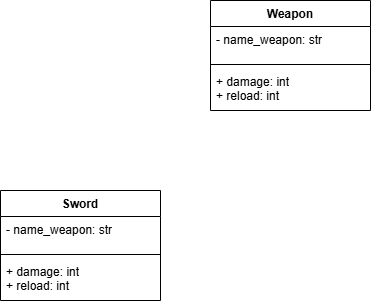
lukebaldovino/Lab_act3 keeps this draw.io diagram as Lab_act3.drawio.png. Above is the earlier version. Source tidied: cells renumbered, new cells last; positions are measured from the earlier drawing's top-left corner, leaving out a move shared by most shapes.
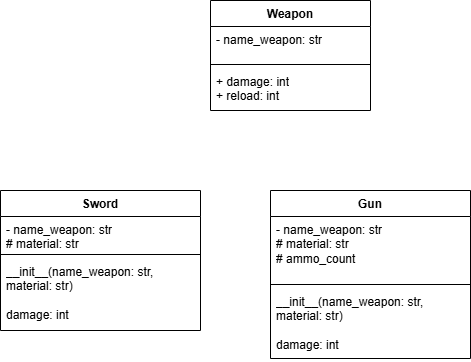
After the commit.

The edit, as a diff of the source:
```diff
@@ -15,16 +15,28 @@
       <mxGeometry y="68" width="160" height="42" as="geometry" />
     </mxCell>
     <mxCell id="6" value="Sword" style="swimlane;fontStyle=1;align=center;verticalAlign=top;horizontal=1;startSize=26;whiteSpace=wrap;html=1;" parent="1" vertex="1">
-      <mxGeometry y="190" width="160" height="110" as="geometry" />
+      <mxGeometry y="190" width="200" height="140" as="geometry" />
     </mxCell>
-    <mxCell id="7" value="- name_weapon: str&lt;div&gt;&lt;br&gt;&lt;/div&gt;&lt;div&gt;&lt;br&gt;&lt;/div&gt;&lt;div&gt;&lt;br&gt;&lt;/div&gt;&lt;div&gt;&lt;br&gt;&lt;/div&gt;&lt;div&gt;&lt;br&gt;&lt;/div&gt;&lt;div&gt;&lt;br&gt;&lt;/div&gt;&lt;div&gt;&lt;br&gt;&lt;/div&gt;&lt;div&gt;&lt;br&gt;&lt;/div&gt;&lt;div&gt;&lt;br&gt;&lt;/div&gt;&lt;div&gt;&lt;br&gt;&lt;/div&gt;&lt;div&gt;&lt;br&gt;&lt;/div&gt;&lt;div&gt;&lt;br&gt;&lt;/div&gt;&lt;div&gt;&lt;br&gt;&lt;/div&gt;&lt;div&gt;&lt;br&gt;&lt;/div&gt;&lt;div&gt;&lt;br&gt;&lt;/div&gt;&lt;div&gt;&lt;br&gt;&lt;/div&gt;&lt;div&gt;&lt;br&gt;&lt;/div&gt;&lt;div&gt;&lt;br&gt;&lt;/div&gt;&lt;div&gt;&lt;br&gt;&lt;/div&gt;&lt;div&gt;&lt;br&gt;&lt;/div&gt;&lt;div&gt;&lt;br&gt;&lt;/div&gt;&lt;div&gt;&lt;br&gt;&lt;/div&gt;&lt;div&gt;&lt;br&gt;&lt;/div&gt;&lt;div&gt;&lt;br&gt;&lt;/div&gt;&lt;div&gt;&lt;br&gt;&lt;/div&gt;&lt;div&gt;&lt;br&gt;&lt;/div&gt;&lt;div&gt;&lt;br&gt;&lt;/div&gt;&lt;div&gt;&lt;br&gt;&lt;/div&gt;&lt;div&gt;&lt;br&gt;&lt;/div&gt;&lt;div&gt;&lt;br&gt;&lt;/div&gt;&lt;div&gt;&lt;br&gt;&lt;/div&gt;&lt;div&gt;&lt;br&gt;&lt;/div&gt;&lt;div&gt;&lt;br&gt;&lt;/div&gt;&lt;div&gt;&lt;br&gt;&lt;/div&gt;&lt;div&gt;&lt;br&gt;&lt;/div&gt;&lt;div&gt;&lt;br&gt;&lt;/div&gt;&lt;div&gt;&lt;br&gt;&lt;/div&gt;&lt;div&gt;&lt;br&gt;&lt;/div&gt;&lt;div&gt;&lt;br&gt;&lt;/div&gt;&lt;div&gt;&lt;br&gt;&lt;/div&gt;&lt;div&gt;&lt;br&gt;&lt;/div&gt;&lt;div&gt;&lt;br&gt;&lt;/div&gt;&lt;div&gt;&lt;br&gt;&lt;/div&gt;&lt;div&gt;&lt;br&gt;&lt;/div&gt;&lt;div&gt;&lt;br&gt;&lt;/div&gt;&lt;div&gt;&lt;br&gt;&lt;/div&gt;&lt;div&gt;&lt;br&gt;&lt;/div&gt;&lt;div&gt;&lt;br&gt;&lt;/div&gt;&lt;div&gt;&lt;br&gt;&lt;/div&gt;&lt;div&gt;&lt;br&gt;&lt;/div&gt;&lt;div&gt;&lt;br&gt;&lt;/div&gt;&lt;div&gt;&lt;br&gt;&lt;/div&gt;&lt;div&gt;&lt;br&gt;&lt;/div&gt;&lt;div&gt;&lt;br&gt;&lt;/div&gt;" style="text;strokeColor=none;fillColor=none;align=left;verticalAlign=top;spacingLeft=4;spacingRight=4;overflow=hidden;whiteSpace=wrap;html=1;" parent="6" vertex="1">
-      <mxGeometry y="26" width="160" height="34" as="geometry" />
+    <mxCell id="7" value="- name_weapon: str&lt;div&gt;# material: str&lt;/div&gt;&lt;div&gt;&lt;br&gt;&lt;/div&gt;&lt;div&gt;&lt;br&gt;&lt;/div&gt;&lt;div&gt;&lt;br&gt;&lt;/div&gt;&lt;div&gt;&lt;br&gt;&lt;/div&gt;&lt;div&gt;&lt;br&gt;&lt;/div&gt;&lt;div&gt;&lt;br&gt;&lt;/div&gt;&lt;div&gt;&lt;br&gt;&lt;/div&gt;&lt;div&gt;&lt;br&gt;&lt;/div&gt;&lt;div&gt;&lt;br&gt;&lt;/div&gt;&lt;div&gt;&lt;br&gt;&lt;/div&gt;&lt;div&gt;&lt;br&gt;&lt;/div&gt;&lt;div&gt;&lt;br&gt;&lt;/div&gt;&lt;div&gt;&lt;br&gt;&lt;/div&gt;&lt;div&gt;&lt;br&gt;&lt;/div&gt;&lt;div&gt;&lt;br&gt;&lt;/div&gt;&lt;div&gt;&lt;br&gt;&lt;/div&gt;&lt;div&gt;&lt;br&gt;&lt;/div&gt;&lt;div&gt;&lt;br&gt;&lt;/div&gt;&lt;div&gt;&lt;br&gt;&lt;/div&gt;&lt;div&gt;&lt;br&gt;&lt;/div&gt;&lt;div&gt;&lt;br&gt;&lt;/div&gt;&lt;div&gt;&lt;br&gt;&lt;/div&gt;&lt;div&gt;&lt;br&gt;&lt;/div&gt;&lt;div&gt;&lt;br&gt;&lt;/div&gt;&lt;div&gt;&lt;br&gt;&lt;/div&gt;&lt;div&gt;&lt;br&gt;&lt;/div&gt;&lt;div&gt;&lt;br&gt;&lt;/div&gt;&lt;div&gt;&lt;br&gt;&lt;/div&gt;&lt;div&gt;&lt;br&gt;&lt;/div&gt;&lt;div&gt;&lt;br&gt;&lt;/div&gt;&lt;div&gt;&lt;br&gt;&lt;/div&gt;&lt;div&gt;&lt;br&gt;&lt;/div&gt;&lt;div&gt;&lt;br&gt;&lt;/div&gt;&lt;div&gt;&lt;br&gt;&lt;/div&gt;&lt;div&gt;&lt;br&gt;&lt;/div&gt;&lt;div&gt;&lt;br&gt;&lt;/div&gt;&lt;div&gt;&lt;br&gt;&lt;/div&gt;&lt;div&gt;&lt;br&gt;&lt;/div&gt;&lt;div&gt;&lt;br&gt;&lt;/div&gt;&lt;div&gt;&lt;br&gt;&lt;/div&gt;&lt;div&gt;&lt;br&gt;&lt;/div&gt;&lt;div&gt;&lt;br&gt;&lt;/div&gt;&lt;div&gt;&lt;br&gt;&lt;/div&gt;&lt;div&gt;&lt;br&gt;&lt;/div&gt;&lt;div&gt;&lt;br&gt;&lt;/div&gt;&lt;div&gt;&lt;br&gt;&lt;/div&gt;&lt;div&gt;&lt;br&gt;&lt;/div&gt;&lt;div&gt;&lt;br&gt;&lt;/div&gt;&lt;div&gt;&lt;br&gt;&lt;/div&gt;" style="text;strokeColor=none;fillColor=none;align=left;verticalAlign=top;spacingLeft=4;spacingRight=4;overflow=hidden;whiteSpace=wrap;html=1;" parent="6" vertex="1">
+      <mxGeometry y="26" width="200" height="34" as="geometry" />
     </mxCell>
     <mxCell id="8" style="line;strokeWidth=1;fillColor=none;align=left;verticalAlign=middle;spacingTop=-1;spacingLeft=3;spacingRight=3;labelPosition=right;strokeColor=inherit;" parent="6" vertex="1">
-      <mxGeometry y="60" width="160" height="8" as="geometry" />
+      <mxGeometry y="60" width="200" height="8" as="geometry" />
     </mxCell>
-    <mxCell id="9" value="&lt;div&gt;&lt;span style=&quot;background-color: transparent; color: light-dark(rgb(0, 0, 0), rgb(255, 255, 255));&quot;&gt;+ damage: int&lt;/span&gt;&lt;/div&gt;&lt;div&gt;+ reload: int&lt;/div&gt;" style="text;strokeColor=none;fillColor=none;align=left;verticalAlign=top;spacingLeft=4;spacingRight=4;overflow=hidden;whiteSpace=wrap;html=1;" parent="6" vertex="1">
-      <mxGeometry y="68" width="160" height="42" as="geometry" />
+    <mxCell id="9" value="__init__(name_weapon: str,&amp;nbsp; material: str)&lt;div&gt;&lt;br&gt;&lt;/div&gt;&lt;div&gt;damage: int&lt;br&gt;&lt;div&gt;&lt;br&gt;&lt;/div&gt;&lt;/div&gt;" style="text;strokeColor=none;fillColor=none;align=left;verticalAlign=top;spacingLeft=4;spacingRight=4;overflow=hidden;whiteSpace=wrap;html=1;" parent="6" vertex="1">
+      <mxGeometry y="68" width="200" height="72" as="geometry" />
     </mxCell>
+    <mxCell id="10" value="Gun" style="swimlane;fontStyle=1;align=center;verticalAlign=top;horizontal=1;startSize=26;whiteSpace=wrap;html=1;" parent="1" vertex="1">
+      <mxGeometry x="270" y="190" width="200" height="168" as="geometry" />
+    </mxCell>
+    <mxCell id="11" value="- name_weapon: str&lt;div&gt;# material: str&lt;/div&gt;&lt;div&gt;# ammo_count&lt;/div&gt;&lt;div&gt;&lt;br&gt;&lt;/div&gt;&lt;div&gt;&lt;br&gt;&lt;/div&gt;&lt;div&gt;&lt;br&gt;&lt;/div&gt;&lt;div&gt;&lt;br&gt;&lt;/div&gt;&lt;div&gt;&lt;br&gt;&lt;/div&gt;&lt;div&gt;&lt;br&gt;&lt;/div&gt;&lt;div&gt;&lt;br&gt;&lt;/div&gt;&lt;div&gt;&lt;br&gt;&lt;/div&gt;&lt;div&gt;&lt;br&gt;&lt;/div&gt;&lt;div&gt;&lt;br&gt;&lt;/div&gt;&lt;div&gt;&lt;br&gt;&lt;/div&gt;&lt;div&gt;&lt;br&gt;&lt;/div&gt;&lt;div&gt;&lt;br&gt;&lt;/div&gt;&lt;div&gt;&lt;br&gt;&lt;/div&gt;&lt;div&gt;&lt;br&gt;&lt;/div&gt;&lt;div&gt;&lt;br&gt;&lt;/div&gt;&lt;div&gt;&lt;br&gt;&lt;/div&gt;&lt;div&gt;&lt;br&gt;&lt;/div&gt;&lt;div&gt;&lt;br&gt;&lt;/div&gt;&lt;div&gt;&lt;br&gt;&lt;/div&gt;&lt;div&gt;&lt;br&gt;&lt;/div&gt;&lt;div&gt;&lt;br&gt;&lt;/div&gt;&lt;div&gt;&lt;br&gt;&lt;/div&gt;&lt;div&gt;&lt;br&gt;&lt;/div&gt;&lt;div&gt;&lt;br&gt;&lt;/div&gt;&lt;div&gt;&lt;br&gt;&lt;/div&gt;&lt;div&gt;&lt;br&gt;&lt;/div&gt;&lt;div&gt;&lt;br&gt;&lt;/div&gt;&lt;div&gt;&lt;br&gt;&lt;/div&gt;&lt;div&gt;&lt;br&gt;&lt;/div&gt;&lt;div&gt;&lt;br&gt;&lt;/div&gt;&lt;div&gt;&lt;br&gt;&lt;/div&gt;&lt;div&gt;&lt;br&gt;&lt;/div&gt;&lt;div&gt;&lt;br&gt;&lt;/div&gt;&lt;div&gt;&lt;br&gt;&lt;/div&gt;&lt;div&gt;&lt;br&gt;&lt;/div&gt;&lt;div&gt;&lt;br&gt;&lt;/div&gt;&lt;div&gt;&lt;br&gt;&lt;/div&gt;&lt;div&gt;&lt;br&gt;&lt;/div&gt;&lt;div&gt;&lt;br&gt;&lt;/div&gt;&lt;div&gt;&lt;br&gt;&lt;/div&gt;&lt;div&gt;&lt;br&gt;&lt;/div&gt;&lt;div&gt;&lt;br&gt;&lt;/div&gt;&lt;div&gt;&lt;br&gt;&lt;/div&gt;&lt;div&gt;&lt;br&gt;&lt;/div&gt;&lt;div&gt;&lt;br&gt;&lt;/div&gt;&lt;div&gt;&lt;br&gt;&lt;/div&gt;&lt;div&gt;&lt;br&gt;&lt;/div&gt;&lt;div&gt;&lt;br&gt;&lt;/div&gt;" style="text;strokeColor=none;fillColor=none;align=left;verticalAlign=top;spacingLeft=4;spacingRight=4;overflow=hidden;whiteSpace=wrap;html=1;" parent="10" vertex="1">
+      <mxGeometry y="26" width="200" height="64" as="geometry" />
+    </mxCell>
+    <mxCell id="12" style="line;strokeWidth=1;fillColor=none;align=left;verticalAlign=middle;spacingTop=-1;spacingLeft=3;spacingRight=3;labelPosition=right;strokeColor=inherit;" parent="10" vertex="1">
+      <mxGeometry y="90" width="200" height="8" as="geometry" />
+    </mxCell>
+    <mxCell id="13" value="__init__(name_weapon: str,&amp;nbsp; material: str)&lt;div&gt;&lt;br&gt;&lt;/div&gt;&lt;div&gt;damage: int&lt;br&gt;&lt;div&gt;&lt;br&gt;&lt;/div&gt;&lt;/div&gt;" style="text;strokeColor=none;fillColor=none;align=left;verticalAlign=top;spacingLeft=4;spacingRight=4;overflow=hidden;whiteSpace=wrap;html=1;" parent="10" vertex="1">
+      <mxGeometry y="98" width="200" height="70" as="geometry" />
+    </mxCell>
   </root>
 </mxGraphModel>
```
